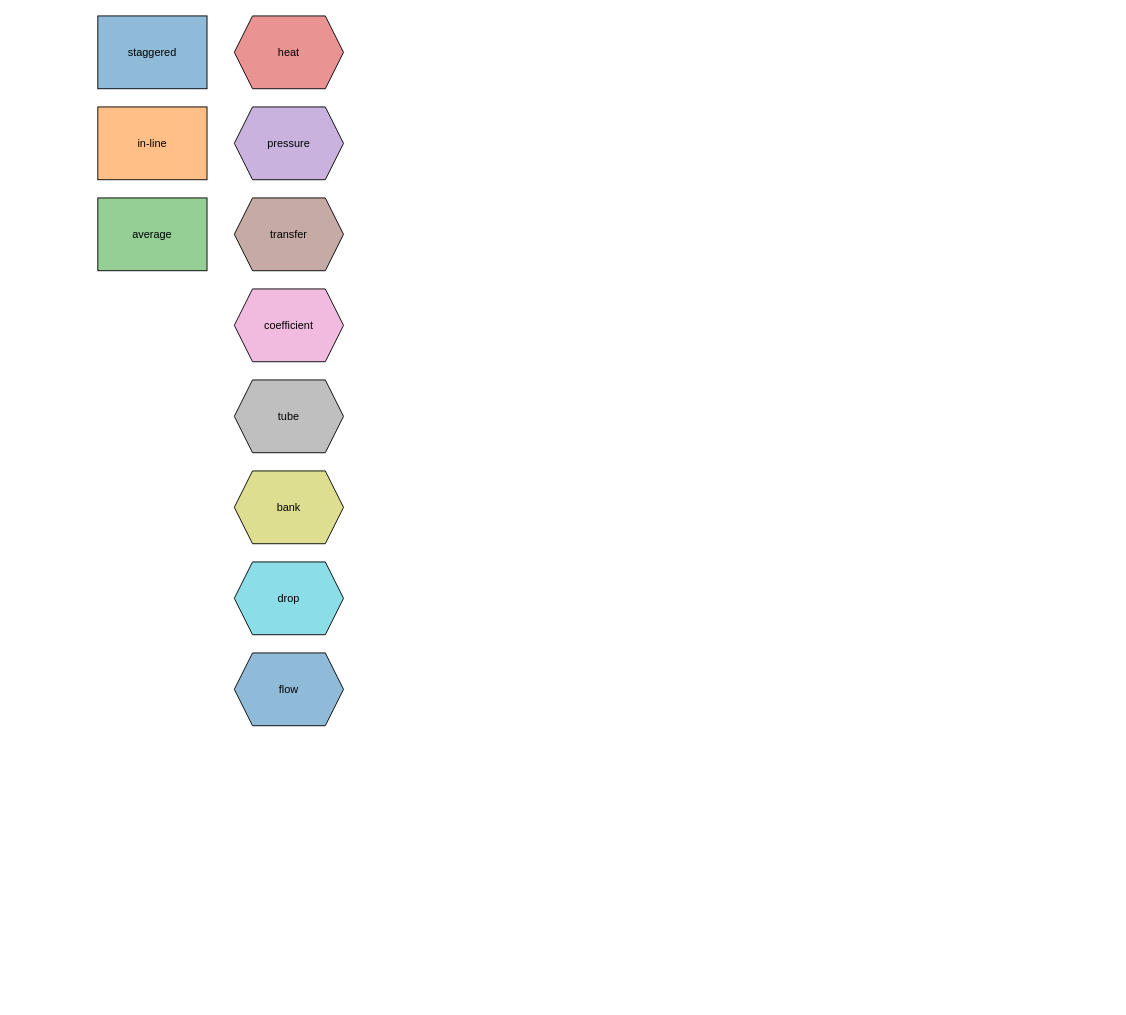
Earlier version of the draw.io diagram 第7 - External Forced Convection/2026-04-10 - HelingNicholas_ConceptMap7.drawio (KizunaKiseki/HeatTransferProgram). Source tidied: cells renumbered, new cells numbered last; positions are measured from the earlier drawing's top-left corner, leaving out a move shared by most shapes. Both pictures are drawn from the tidied source at 91%, with x=0, y=0 at pixel (97, 15).
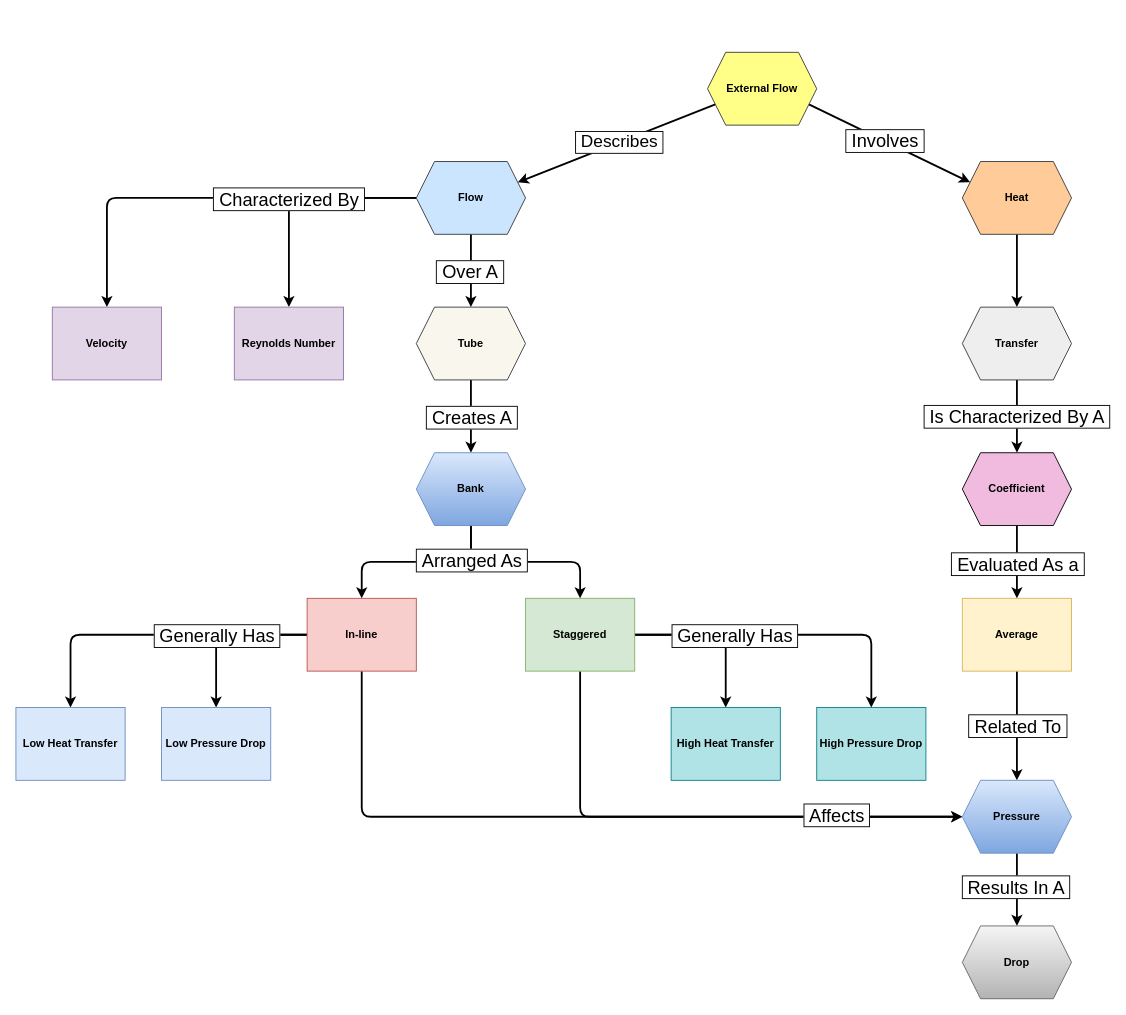
After the change.

Commit message (it also covers changes not shown here):
Completed Concept Map for Chapter 7

Change to the diagram source:
```diff
@@
+    <mxCell id="13" style="edgeStyle=elbowEdgeStyle;elbow=vertical;html=1;exitX=0.5;exitY=1;exitDx=0;exitDy=0;entryX=0;entryY=0.5;entryDx=0;entryDy=0;strokeWidth=2;" parent="1" edge="1" source="2" target="6">
+      <mxGeometry relative="1" as="geometry">
+        <Array as="points">
+          <mxPoint x="740" y="880" />
+          <mxPoint x="690" y="840" />
+        </Array>
+      </mxGeometry>
+    </mxCell>
+    <mxCell id="14" style="edgeStyle=orthogonalEdgeStyle;html=1;exitX=1;exitY=0.5;exitDx=0;exitDy=0;entryX=0.5;entryY=0;entryDx=0;entryDy=0;strokeWidth=2;" parent="1" edge="1" source="2" target="51">
+      <mxGeometry relative="1" as="geometry" />
+    </mxCell>
+    <mxCell id="15" style="edgeStyle=orthogonalEdgeStyle;html=1;exitX=1;exitY=0.5;exitDx=0;exitDy=0;entryX=0.5;entryY=0;entryDx=0;entryDy=0;strokeWidth=2;" parent="1" edge="1" source="2" target="50">
+      <mxGeometry relative="1" as="geometry" />
+    </mxCell>
+    <mxCell id="16" value="&amp;nbsp;Generally Has&amp;nbsp;" style="edgeLabel;html=1;align=center;verticalAlign=middle;fontSize=20;labelBorderColor=default;" parent="15" vertex="1">
+      <mxGeometry x="-0.16" y="1" relative="1" as="geometry">
+        <mxPoint x="-34" y="1" as="offset" />
+      </mxGeometry>
+    </mxCell>
-    <mxCell id="2" value="staggered" style="whiteSpace=wrap;rounded=0;fillColor=#8fbbd9;dashed=0;inherit=default;" parent="1" vertex="1">
-      <mxGeometry width="120" height="80" as="geometry" />
+    <mxCell id="2" value="Staggered" style="whiteSpace=wrap;rounded=0;fillColor=#d5e8d4;dashed=0;inherit=default;fontStyle=1;strokeColor=#82b366;" parent="1" vertex="1">
+      <mxGeometry x="470" y="640" width="120" height="80" as="geometry" />
     </mxCell>
+    <mxCell id="17" style="edgeStyle=elbowEdgeStyle;elbow=vertical;html=1;exitX=0.5;exitY=1;exitDx=0;exitDy=0;entryX=0;entryY=0.5;entryDx=0;entryDy=0;strokeWidth=2;" parent="1" edge="1" source="3" target="6">
+      <mxGeometry relative="1" as="geometry">
+        <Array as="points">
+          <mxPoint x="750" y="880" />
+          <mxPoint x="670" y="920" />
+          <mxPoint x="540" y="840" />
+        </Array>
+      </mxGeometry>
+    </mxCell>
+    <mxCell id="18" value="&amp;nbsp;Affects&amp;nbsp;" style="edgeLabel;html=1;align=center;verticalAlign=middle;fontSize=20;labelBorderColor=default;" parent="17" vertex="1">
+      <mxGeometry x="0.66" y="3" relative="1" as="geometry" />
+    </mxCell>
+    <mxCell id="19" style="edgeStyle=orthogonalEdgeStyle;html=1;exitX=0;exitY=0.5;exitDx=0;exitDy=0;entryX=0.5;entryY=0;entryDx=0;entryDy=0;strokeWidth=2;" parent="1" edge="1" source="3" target="48">
+      <mxGeometry relative="1" as="geometry" />
+    </mxCell>
+    <mxCell id="20" style="edgeStyle=orthogonalEdgeStyle;html=1;exitX=0;exitY=0.5;exitDx=0;exitDy=0;entryX=0.5;entryY=0;entryDx=0;entryDy=0;strokeWidth=2;" parent="1" edge="1" source="3" target="49">
+      <mxGeometry relative="1" as="geometry" />
+    </mxCell>
+    <mxCell id="21" value="&amp;nbsp;Generally Has&amp;nbsp;" style="edgeLabel;html=1;align=center;verticalAlign=middle;fontSize=20;labelBorderColor=default;" parent="20" vertex="1">
+      <mxGeometry x="-0.33" y="-2" relative="1" as="geometry">
+        <mxPoint x="14" y="2" as="offset" />
+      </mxGeometry>
+    </mxCell>
-    <mxCell id="3" value="in-line" style="whiteSpace=wrap;rounded=0;fillColor=#ffbf86;dashed=0;inherit=default;" parent="1" vertex="1">
-      <mxGeometry y="100" width="120" height="80" as="geometry" />
+    <mxCell id="3" value="In-line" style="whiteSpace=wrap;rounded=0;fillColor=#f8cecc;dashed=0;inherit=default;fontStyle=1;strokeColor=#b85450;" parent="1" vertex="1">
+      <mxGeometry x="230" y="640" width="120" height="80" as="geometry" />
     </mxCell>
+    <mxCell id="22" style="edgeStyle=none;html=1;exitX=0.5;exitY=1;exitDx=0;exitDy=0;entryX=0.5;entryY=0;entryDx=0;entryDy=0;elbow=vertical;strokeWidth=2;" parent="1" edge="1" source="4" target="6">
+      <mxGeometry relative="1" as="geometry" />
+    </mxCell>
+    <mxCell id="23" value="&amp;nbsp;Related To&amp;nbsp;" style="edgeLabel;html=1;align=center;verticalAlign=middle;fontSize=20;labelBorderColor=default;" parent="22" vertex="1">
+      <mxGeometry x="-0.09" y="2" relative="1" as="geometry">
+        <mxPoint x="-2" y="4" as="offset" />
+      </mxGeometry>
+    </mxCell>
-    <mxCell id="4" value="average" style="whiteSpace=wrap;rounded=0;fillColor=#95cf95;dashed=0;inherit=default;" parent="1" vertex="1">
-      <mxGeometry y="200" width="120" height="80" as="geometry" />
+    <mxCell id="4" value="Average" style="whiteSpace=wrap;rounded=0;fillColor=#fff2cc;dashed=0;inherit=default;fontStyle=1;strokeColor=#d6b656;" parent="1" vertex="1">
+      <mxGeometry x="950" y="640" width="120" height="80" as="geometry" />
     </mxCell>
+    <mxCell id="24" style="edgeStyle=none;html=1;exitX=0.5;exitY=1;exitDx=0;exitDy=0;entryX=0.5;entryY=0;entryDx=0;entryDy=0;elbow=vertical;strokeWidth=2;" parent="1" edge="1" source="5" target="7">
+      <mxGeometry relative="1" as="geometry" />
+    </mxCell>
-    <mxCell id="5" value="heat" style="whiteSpace=wrap;rounded=0;fillColor=#ea9393;dashed=0;inherit=default;shape=hexagon;perimeter=hexagonPerimeter2;fixedSize=1;" parent="1" vertex="1">
-      <mxGeometry x="150" width="120" height="80" as="geometry" />
+    <mxCell id="5" value="Heat" style="whiteSpace=wrap;rounded=0;fillColor=#ffcc99;dashed=0;inherit=default;shape=hexagon;perimeter=hexagonPerimeter2;fixedSize=1;fontStyle=1;strokeColor=#36393d;" parent="1" vertex="1">
+      <mxGeometry x="950" y="160" width="120" height="80" as="geometry" />
     </mxCell>
+    <mxCell id="25" style="edgeStyle=none;html=1;exitX=0.5;exitY=1;exitDx=0;exitDy=0;elbow=vertical;strokeWidth=2;" parent="1" edge="1" source="6" target="11">
+      <mxGeometry relative="1" as="geometry" />
+    </mxCell>
+    <mxCell id="26" value="&amp;nbsp;Results In A&amp;nbsp;" style="edgeLabel;html=1;align=center;verticalAlign=middle;fontSize=20;labelBorderColor=default;" parent="25" vertex="1">
+      <mxGeometry x="-0.09" y="-2" relative="1" as="geometry" />
+    </mxCell>
-    <mxCell id="6" value="pressure" style="whiteSpace=wrap;rounded=0;fillColor=#c9b3de;dashed=0;inherit=default;shape=hexagon;perimeter=hexagonPerimeter2;fixedSize=1;" parent="1" vertex="1">
-      <mxGeometry x="150" y="100" width="120" height="80" as="geometry" />
+    <mxCell id="6" value="Pressure" style="whiteSpace=wrap;rounded=0;fillColor=#dae8fc;dashed=0;inherit=default;shape=hexagon;perimeter=hexagonPerimeter2;fixedSize=1;fontStyle=1;strokeColor=#6c8ebf;gradientColor=#7ea6e0;" parent="1" vertex="1">
+      <mxGeometry x="950" y="840" width="120" height="80" as="geometry" />
     </mxCell>
+    <mxCell id="27" style="edgeStyle=none;html=1;exitX=0.5;exitY=1;exitDx=0;exitDy=0;entryX=0.5;entryY=0;entryDx=0;entryDy=0;elbow=vertical;strokeWidth=2;" parent="1" edge="1" source="7" target="8">
+      <mxGeometry relative="1" as="geometry" />
+    </mxCell>
+    <mxCell id="28" value="&amp;nbsp;Is Characterized By A&amp;nbsp;" style="edgeLabel;html=1;align=center;verticalAlign=middle;fontSize=20;labelBorderColor=default;" parent="27" vertex="1">
+      <mxGeometry x="-0.03" y="-1" relative="1" as="geometry" />
+    </mxCell>
-    <mxCell id="7" value="transfer" style="whiteSpace=wrap;rounded=0;fillColor=#c5aaa5;dashed=0;inherit=default;shape=hexagon;perimeter=hexagonPerimeter2;fixedSize=1;" parent="1" vertex="1">
-      <mxGeometry x="150" y="200" width="120" height="80" as="geometry" />
+    <mxCell id="7" value="Transfer" style="whiteSpace=wrap;rounded=0;fillColor=#eeeeee;dashed=0;inherit=default;shape=hexagon;perimeter=hexagonPerimeter2;fixedSize=1;fontStyle=1;strokeColor=#36393d;" parent="1" vertex="1">
+      <mxGeometry x="950" y="320" width="120" height="80" as="geometry" />
     </mxCell>
+    <mxCell id="29" style="edgeStyle=none;html=1;exitX=0.5;exitY=1;exitDx=0;exitDy=0;entryX=0.5;entryY=0;entryDx=0;entryDy=0;elbow=vertical;strokeWidth=2;" parent="1" edge="1" source="8" target="4">
+      <mxGeometry relative="1" as="geometry" />
+    </mxCell>
+    <mxCell id="30" value="&amp;nbsp;Evaluated As a&amp;nbsp;" style="edgeLabel;html=1;align=center;verticalAlign=middle;fontSize=20;labelBorderColor=default;" parent="29" vertex="1">
+      <mxGeometry x="0.03" relative="1" as="geometry" />
+    </mxCell>
-    <mxCell id="8" value="coefficient" style="whiteSpace=wrap;rounded=0;fillColor=#f1bbe0;dashed=0;inherit=default;shape=hexagon;perimeter=hexagonPerimeter2;fixedSize=1;" parent="1" vertex="1">
-      <mxGeometry x="150" y="300" width="120" height="80" as="geometry" />
+    <mxCell id="8" value="Coefficient" style="whiteSpace=wrap;rounded=0;fillColor=#f1bbe0;dashed=0;inherit=default;shape=hexagon;perimeter=hexagonPerimeter2;fixedSize=1;fontStyle=1;" parent="1" vertex="1">
+      <mxGeometry x="950" y="480" width="120" height="80" as="geometry" />
     </mxCell>
+    <mxCell id="31" style="edgeStyle=none;html=1;exitX=0.5;exitY=1;exitDx=0;exitDy=0;strokeWidth=2;" parent="1" edge="1" source="9" target="10">
+      <mxGeometry relative="1" as="geometry" />
+    </mxCell>
+    <mxCell id="32" value="&amp;nbsp;Creates A&amp;nbsp;" style="edgeLabel;html=1;align=center;verticalAlign=middle;fontSize=20;labelBorderColor=default;" parent="31" vertex="1">
+      <mxGeometry x="-0.05" y="-1" relative="1" as="geometry">
+        <mxPoint x="1" y="2" as="offset" />
+      </mxGeometry>
+    </mxCell>
-    <mxCell id="9" value="tube" style="whiteSpace=wrap;rounded=0;fillColor=#bfbfbf;dashed=0;inherit=default;shape=hexagon;perimeter=hexagonPerimeter2;fixedSize=1;" parent="1" vertex="1">
-      <mxGeometry x="150" y="400" width="120" height="80" as="geometry" />
+    <mxCell id="9" value="Tube" style="whiteSpace=wrap;rounded=0;fillColor=#f9f7ed;dashed=0;inherit=default;shape=hexagon;perimeter=hexagonPerimeter2;fixedSize=1;fontStyle=1;strokeColor=#36393d;" parent="1" vertex="1">
+      <mxGeometry x="350" y="320" width="120" height="80" as="geometry" />
     </mxCell>
+    <mxCell id="33" style="edgeStyle=elbowEdgeStyle;elbow=vertical;html=1;exitX=0.5;exitY=1;exitDx=0;exitDy=0;entryX=0.5;entryY=0;entryDx=0;entryDy=0;strokeWidth=2;" parent="1" edge="1" source="10" target="3">
+      <mxGeometry relative="1" as="geometry" />
+    </mxCell>
+    <mxCell id="34" style="edgeStyle=elbowEdgeStyle;elbow=vertical;html=1;exitX=0.5;exitY=1;exitDx=0;exitDy=0;strokeWidth=2;" parent="1" edge="1" source="10" target="2">
+      <mxGeometry relative="1" as="geometry" />
+    </mxCell>
+    <mxCell id="35" value="&amp;nbsp;Arranged As&amp;nbsp;" style="edgeLabel;html=1;align=center;verticalAlign=middle;fontSize=20;labelBorderColor=default;" parent="34" vertex="1">
+      <mxGeometry x="-0.85" relative="1" as="geometry">
+        <mxPoint y="22" as="offset" />
+      </mxGeometry>
+    </mxCell>
-    <mxCell id="10" value="bank" style="whiteSpace=wrap;rounded=0;fillColor=#ddde90;dashed=0;inherit=default;shape=hexagon;perimeter=hexagonPerimeter2;fixedSize=1;" parent="1" vertex="1">
-      <mxGeometry x="150" y="500" width="120" height="80" as="geometry" />
+    <mxCell id="10" value="Bank" style="whiteSpace=wrap;rounded=0;fillColor=#dae8fc;dashed=0;inherit=default;shape=hexagon;perimeter=hexagonPerimeter2;fixedSize=1;fontStyle=1;gradientColor=#7ea6e0;strokeColor=#6c8ebf;" parent="1" vertex="1">
+      <mxGeometry x="350" y="480" width="120" height="80" as="geometry" />
     </mxCell>
-    <mxCell id="11" value="drop" style="whiteSpace=wrap;rounded=0;fillColor=#8bdee7;dashed=0;inherit=default;shape=hexagon;perimeter=hexagonPerimeter2;fixedSize=1;" parent="1" vertex="1">
-      <mxGeometry x="150" y="600" width="120" height="80" as="geometry" />
+    <mxCell id="11" value="Drop" style="whiteSpace=wrap;rounded=0;dashed=0;inherit=default;shape=hexagon;perimeter=hexagonPerimeter2;fixedSize=1;fontStyle=1;fillColor=#f5f5f5;strokeColor=#666666;gradientColor=#b3b3b3;" parent="1" vertex="1">
+      <mxGeometry x="950" y="1000" width="120" height="80" as="geometry" />
     </mxCell>
+    <mxCell id="36" style="edgeStyle=none;html=1;exitX=0.5;exitY=1;exitDx=0;exitDy=0;entryX=0.5;entryY=0;entryDx=0;entryDy=0;strokeWidth=2;" parent="1" edge="1" source="12" target="9">
+      <mxGeometry relative="1" as="geometry" />
+    </mxCell>
+    <mxCell id="37" value="&amp;nbsp;Over A&amp;nbsp;" style="edgeLabel;html=1;align=center;verticalAlign=middle;fontSize=20;labelBorderColor=default;" parent="36" vertex="1">
+      <mxGeometry x="0.01" y="-2" relative="1" as="geometry" />
+    </mxCell>
+    <mxCell id="38" style="edgeStyle=orthogonalEdgeStyle;html=1;exitX=0;exitY=0.5;exitDx=0;exitDy=0;entryX=0.5;entryY=0;entryDx=0;entryDy=0;strokeWidth=2;" parent="1" edge="1" source="12" target="46">
+      <mxGeometry relative="1" as="geometry" />
+    </mxCell>
+    <mxCell id="39" style="edgeStyle=orthogonalEdgeStyle;html=1;exitX=0;exitY=0.5;exitDx=0;exitDy=0;entryX=0.5;entryY=0;entryDx=0;entryDy=0;strokeWidth=2;" parent="1" edge="1" source="12" target="47">
+      <mxGeometry relative="1" as="geometry" />
+    </mxCell>
+    <mxCell id="40" value="&amp;nbsp;Characterized By&amp;nbsp;" style="edgeLabel;html=1;align=center;verticalAlign=middle;fontSize=20;labelBorderColor=default;" parent="39" vertex="1">
+      <mxGeometry x="-0.27" relative="1" as="geometry">
+        <mxPoint x="27" as="offset" />
+      </mxGeometry>
+    </mxCell>
-    <mxCell id="12" value="flow" style="whiteSpace=wrap;rounded=0;fillColor=#8fbbd9;dashed=0;inherit=default;shape=hexagon;perimeter=hexagonPerimeter2;fixedSize=1;" parent="1" vertex="1">
-      <mxGeometry x="150" y="700" width="120" height="80" as="geometry" />
+    <mxCell id="12" value="Flow" style="whiteSpace=wrap;rounded=0;fillColor=#cce5ff;dashed=0;inherit=default;shape=hexagon;perimeter=hexagonPerimeter2;fixedSize=1;fontStyle=1;strokeColor=#36393d;" parent="1" vertex="1">
+      <mxGeometry x="350" y="160" width="120" height="80" as="geometry" />
     </mxCell>
+    <mxCell id="41" style="edgeStyle=none;html=1;exitX=0;exitY=0.75;exitDx=0;exitDy=0;entryX=1;entryY=0.25;entryDx=0;entryDy=0;strokeWidth=2;" parent="1" edge="1" source="45" target="12">
+      <mxGeometry relative="1" as="geometry" />
+    </mxCell>
+    <mxCell id="42" value="&amp;nbsp;Describes&amp;nbsp;" style="edgeLabel;html=1;align=center;verticalAlign=middle;fontSize=19;labelBorderColor=default;" parent="41" vertex="1">
+      <mxGeometry x="-0.05" y="1" relative="1" as="geometry">
+        <mxPoint x="-3" as="offset" />
+      </mxGeometry>
+    </mxCell>
+    <mxCell id="43" style="edgeStyle=none;html=1;exitX=1;exitY=0.75;exitDx=0;exitDy=0;entryX=0;entryY=0.25;entryDx=0;entryDy=0;elbow=vertical;strokeWidth=2;" parent="1" edge="1" source="45" target="5">
+      <mxGeometry relative="1" as="geometry" />
+    </mxCell>
+    <mxCell id="44" value="&amp;nbsp;Involves&amp;nbsp;" style="edgeLabel;html=1;align=center;verticalAlign=middle;fontSize=20;labelBorderColor=default;" parent="43" vertex="1">
+      <mxGeometry x="-0.06" y="1" relative="1" as="geometry" />
+    </mxCell>
+    <mxCell id="45" value="External Flow" style="whiteSpace=wrap;rounded=0;fillColor=#ffff88;dashed=0;inherit=default;shape=hexagon;perimeter=hexagonPerimeter2;fixedSize=1;fontStyle=1;strokeColor=#36393d;" parent="1" vertex="1">
+      <mxGeometry x="670" y="40" width="120" height="80" as="geometry" />
+    </mxCell>
+    <mxCell id="46" value="Reynolds Number" style="whiteSpace=wrap;rounded=0;fillColor=#e1d5e7;dashed=0;inherit=default;fontStyle=1;strokeColor=#9673a6;" parent="1" vertex="1">
+      <mxGeometry x="150" y="320" width="120" height="80" as="geometry" />
+    </mxCell>
+    <mxCell id="47" value="Velocity" style="whiteSpace=wrap;rounded=0;fillColor=#e1d5e7;dashed=0;inherit=default;fontStyle=1;strokeColor=#9673a6;" parent="1" vertex="1">
+      <mxGeometry x="-50" y="320" width="120" height="80" as="geometry" />
+    </mxCell>
+    <mxCell id="48" value="Low Pressure Drop" style="whiteSpace=wrap;rounded=0;fillColor=#dae8fc;dashed=0;inherit=default;fontStyle=1;strokeColor=#6c8ebf;" parent="1" vertex="1">
+      <mxGeometry x="70" y="760" width="120" height="80" as="geometry" />
+    </mxCell>
+    <mxCell id="49" value="Low Heat Transfer" style="whiteSpace=wrap;rounded=0;fillColor=#dae8fc;dashed=0;inherit=default;fontStyle=1;strokeColor=#6c8ebf;" parent="1" vertex="1">
+      <mxGeometry x="-90" y="760" width="120" height="80" as="geometry" />
+    </mxCell>
+    <mxCell id="50" value="High Pressure Drop" style="whiteSpace=wrap;rounded=0;fillColor=#b0e3e6;dashed=0;inherit=default;fontStyle=1;strokeColor=#0e8088;" parent="1" vertex="1">
+      <mxGeometry x="790" y="760" width="120" height="80" as="geometry" />
+    </mxCell>
+    <mxCell id="51" value="High Heat Transfer" style="whiteSpace=wrap;rounded=0;fillColor=#b0e3e6;dashed=0;inherit=default;fontStyle=1;strokeColor=#0e8088;" parent="1" vertex="1">
+      <mxGeometry x="630" y="760" width="120" height="80" as="geometry" />
+    </mxCell>
```
